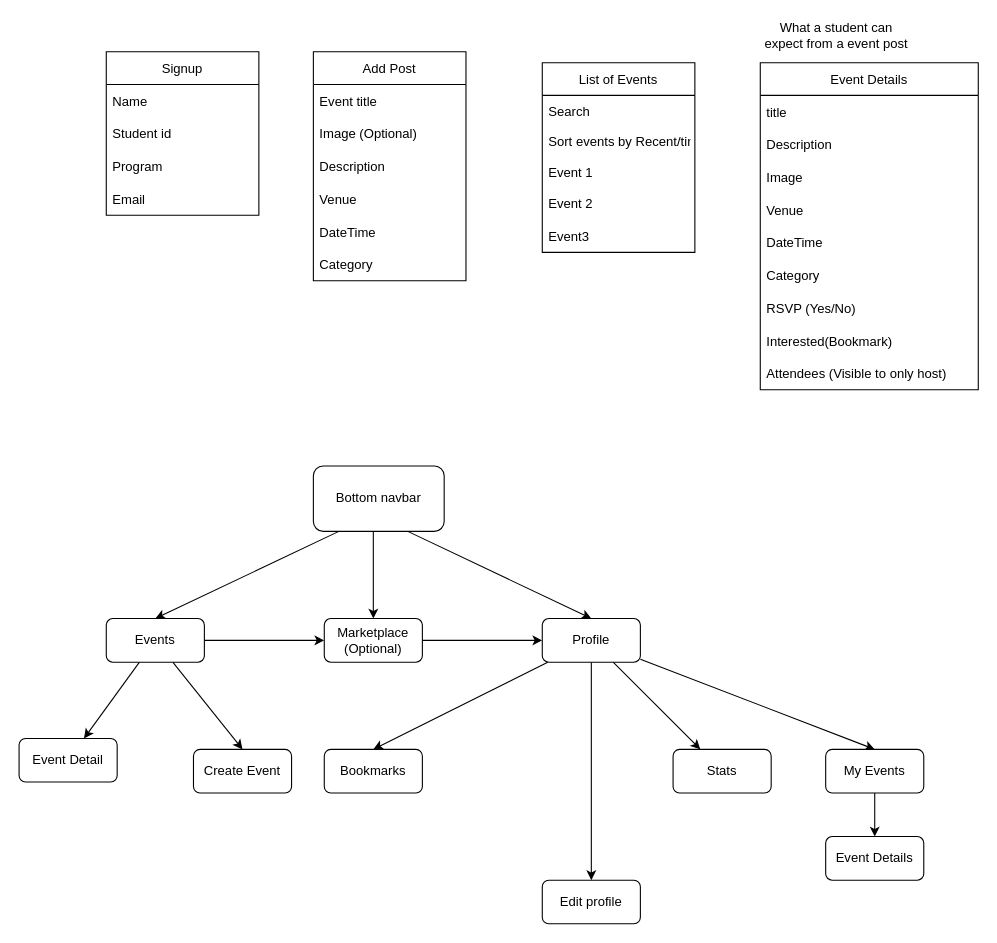
The draw.io diagram flow.drawio in maheshj01/rsvp-corsairs, before the edit. Source tidied: cells renumbered, new cells numbered last; positions are measured from the earlier drawing's top-left corner, leaving out a move shared by most shapes. Both pictures are drawn from the tidied source at 109%, with x=0, y=0 at pixel (19, 19).
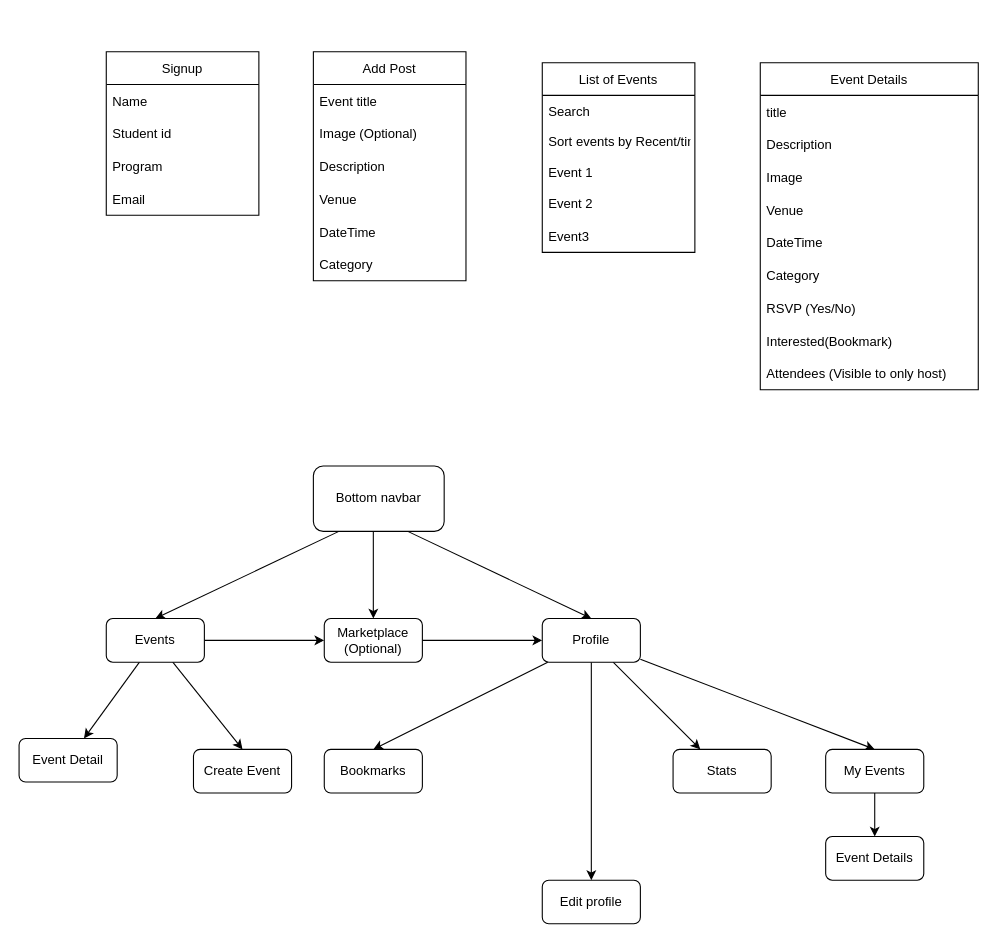
Above is the later version.

The edit, as a diff of the source:
```diff
@@
-    <mxCell id="30" value="What a student can expect from a event post" style="text;html=1;strokeColor=none;fillColor=none;align=center;verticalAlign=middle;whiteSpace=wrap;rounded=0;" parent="1" vertex="1">
-      <mxGeometry x="680" width="140" height="30" as="geometry" />
-    </mxCell>
```
